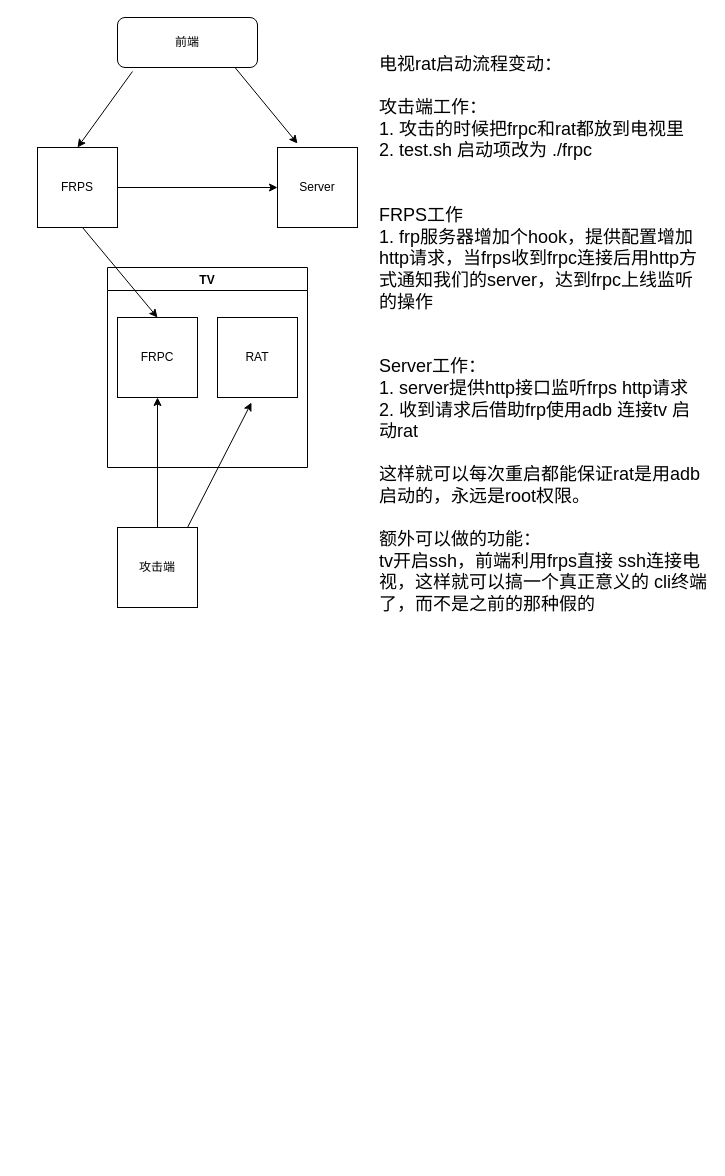
The draw.io diagram draw/work/frp.drawio in HeisenbergV/node, before the edit. Source tidied: cells renumbered, new cells numbered last; positions are measured from the earlier drawing's top-left corner, leaving out a move shared by most shapes. Both pictures are drawn from the tidied source at 100%, with x=0, y=0 at pixel (37, 17).
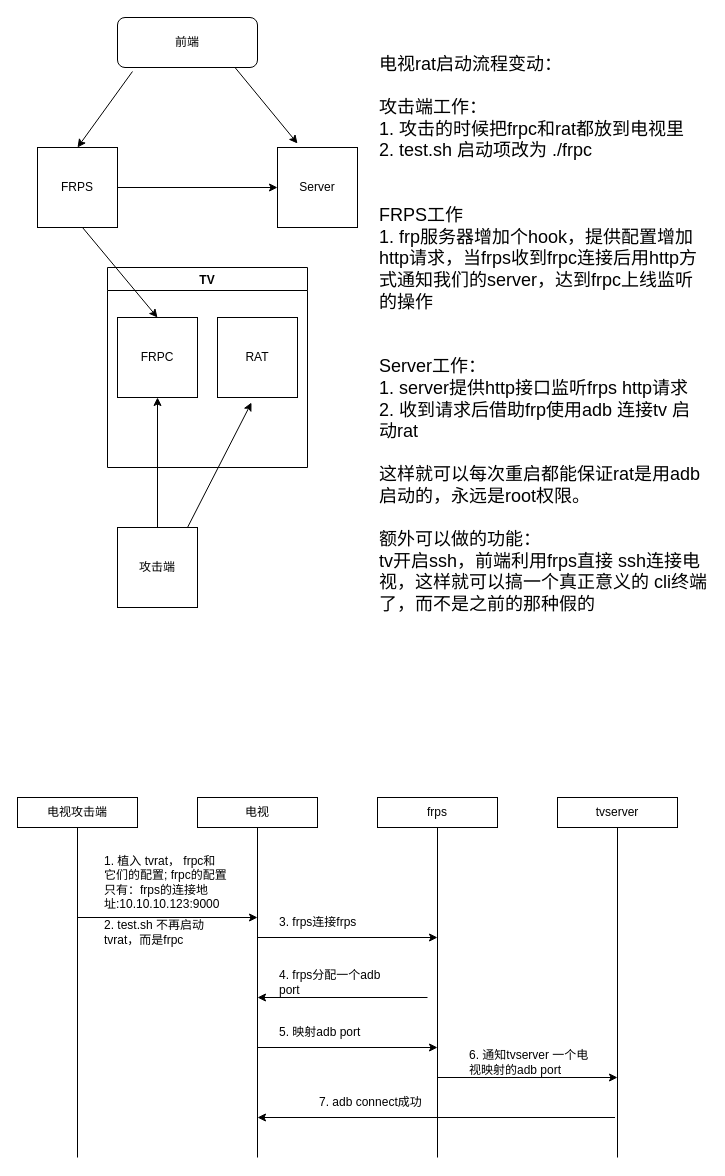
Above is the later version.

What changed in the source:
```diff
@@
+    <mxCell id="16" value="电视攻击端" style="rounded=0;whiteSpace=wrap;html=1;" parent="1" vertex="1">
+      <mxGeometry x="-20" y="780" width="120" height="30" as="geometry" />
+    </mxCell>
+    <mxCell id="17" style="endArrow=none;html=1;entryX=0.5;entryY=1;entryDx=0;entryDy=0;" parent="1" edge="1" target="16">
+      <mxGeometry relative="1" as="geometry">
+        <mxPoint x="40" y="1140" as="sourcePoint" />
+      </mxGeometry>
+    </mxCell>
+    <mxCell id="18" value="电视" style="rounded=0;whiteSpace=wrap;html=1;" parent="1" vertex="1">
+      <mxGeometry x="160" y="780" width="120" height="30" as="geometry" />
+    </mxCell>
+    <mxCell id="19" style="endArrow=none;html=1;entryX=0.5;entryY=1;entryDx=0;entryDy=0;" parent="1" edge="1" target="18">
+      <mxGeometry relative="1" as="geometry">
+        <mxPoint x="220" y="1140" as="sourcePoint" />
+      </mxGeometry>
+    </mxCell>
+    <mxCell id="20" value="frps" style="rounded=0;whiteSpace=wrap;html=1;" parent="1" vertex="1">
+      <mxGeometry x="340" y="780" width="120" height="30" as="geometry" />
+    </mxCell>
+    <mxCell id="21" style="endArrow=none;html=1;entryX=0.5;entryY=1;entryDx=0;entryDy=0;" parent="1" edge="1" target="20">
+      <mxGeometry relative="1" as="geometry">
+        <mxPoint x="400" y="1140" as="sourcePoint" />
+      </mxGeometry>
+    </mxCell>
+    <mxCell id="22" value="tvserver" style="rounded=0;whiteSpace=wrap;html=1;" parent="1" vertex="1">
+      <mxGeometry x="520" y="780" width="120" height="30" as="geometry" />
+    </mxCell>
+    <mxCell id="23" style="endArrow=none;html=1;entryX=0.5;entryY=1;entryDx=0;entryDy=0;" parent="1" edge="1" target="22">
+      <mxGeometry relative="1" as="geometry">
+        <mxPoint x="580" y="1140" as="sourcePoint" />
+      </mxGeometry>
+    </mxCell>
+    <mxCell id="24" style="endArrow=classic;html=1;" parent="1" edge="1">
+      <mxGeometry relative="1" as="geometry">
+        <mxPoint x="40" y="900" as="sourcePoint" />
+        <mxPoint x="220" y="900" as="targetPoint" />
+      </mxGeometry>
+    </mxCell>
+    <mxCell id="25" value="&lt;div&gt;1. 植入 tvrat， frpc和它们的配置;&amp;nbsp;frpc的配置只有：frps的连接地址:10.10.10.123:9000&lt;/div&gt;" style="text;html=1;strokeColor=none;fillColor=none;align=left;verticalAlign=middle;whiteSpace=wrap;rounded=0;" parent="1" vertex="1">
+      <mxGeometry x="65" y="830" width="125" height="70" as="geometry" />
+    </mxCell>
+    <mxCell id="26" style="endArrow=classic;html=1;" parent="1" edge="1">
+      <mxGeometry relative="1" as="geometry">
+        <mxPoint x="220" y="920" as="sourcePoint" />
+        <mxPoint x="400" y="920" as="targetPoint" />
+      </mxGeometry>
+    </mxCell>
+    <mxCell id="27" value="&lt;div&gt;2. test.sh 不再启动tvrat，而是frpc&lt;/div&gt;" style="text;html=1;strokeColor=none;fillColor=none;align=left;verticalAlign=middle;whiteSpace=wrap;rounded=0;" parent="1" vertex="1">
+      <mxGeometry x="65" y="880" width="125" height="70" as="geometry" />
+    </mxCell>
+    <mxCell id="28" value="3. frps连接frps" style="text;html=1;strokeColor=none;fillColor=none;align=left;verticalAlign=middle;whiteSpace=wrap;rounded=0;" parent="1" vertex="1">
+      <mxGeometry x="240" y="870" width="125" height="70" as="geometry" />
+    </mxCell>
+    <mxCell id="29" style="endArrow=classic;html=1;" parent="1" edge="1">
+      <mxGeometry relative="1" as="geometry">
+        <mxPoint x="390" y="980" as="sourcePoint" />
+        <mxPoint x="220" y="980" as="targetPoint" />
+      </mxGeometry>
+    </mxCell>
+    <mxCell id="30" value="4. frps分配一个adb port" style="text;html=1;strokeColor=none;fillColor=none;align=left;verticalAlign=middle;whiteSpace=wrap;rounded=0;" parent="1" vertex="1">
+      <mxGeometry x="240" y="930" width="125" height="70" as="geometry" />
+    </mxCell>
+    <mxCell id="31" style="endArrow=classic;html=1;" parent="1" edge="1">
+      <mxGeometry relative="1" as="geometry">
+        <mxPoint x="220" y="1030" as="sourcePoint" />
+        <mxPoint x="400" y="1030" as="targetPoint" />
+      </mxGeometry>
+    </mxCell>
+    <mxCell id="32" value="5. 映射adb port" style="text;html=1;strokeColor=none;fillColor=none;align=left;verticalAlign=middle;whiteSpace=wrap;rounded=0;" parent="1" vertex="1">
+      <mxGeometry x="240" y="980" width="125" height="70" as="geometry" />
+    </mxCell>
+    <mxCell id="33" style="endArrow=classic;html=1;" parent="1" edge="1">
+      <mxGeometry relative="1" as="geometry">
+        <mxPoint x="400" y="1060" as="sourcePoint" />
+        <mxPoint x="580" y="1060" as="targetPoint" />
+      </mxGeometry>
+    </mxCell>
+    <mxCell id="34" value="6. 通知tvserver 一个电视映射的adb port" style="text;html=1;strokeColor=none;fillColor=none;align=left;verticalAlign=middle;whiteSpace=wrap;rounded=0;" parent="1" vertex="1">
+      <mxGeometry x="430" y="1010" width="125" height="70" as="geometry" />
+    </mxCell>
+    <mxCell id="35" style="endArrow=classic;html=1;" parent="1" edge="1">
+      <mxGeometry relative="1" as="geometry">
+        <mxPoint x="577.5" y="1100" as="sourcePoint" />
+        <mxPoint x="220" y="1100" as="targetPoint" />
+      </mxGeometry>
+    </mxCell>
+    <mxCell id="36" value="7. adb connect成功" style="text;html=1;strokeColor=none;fillColor=none;align=left;verticalAlign=middle;whiteSpace=wrap;rounded=0;" parent="1" vertex="1">
+      <mxGeometry x="280" y="1050" width="125" height="70" as="geometry" />
+    </mxCell>
```
